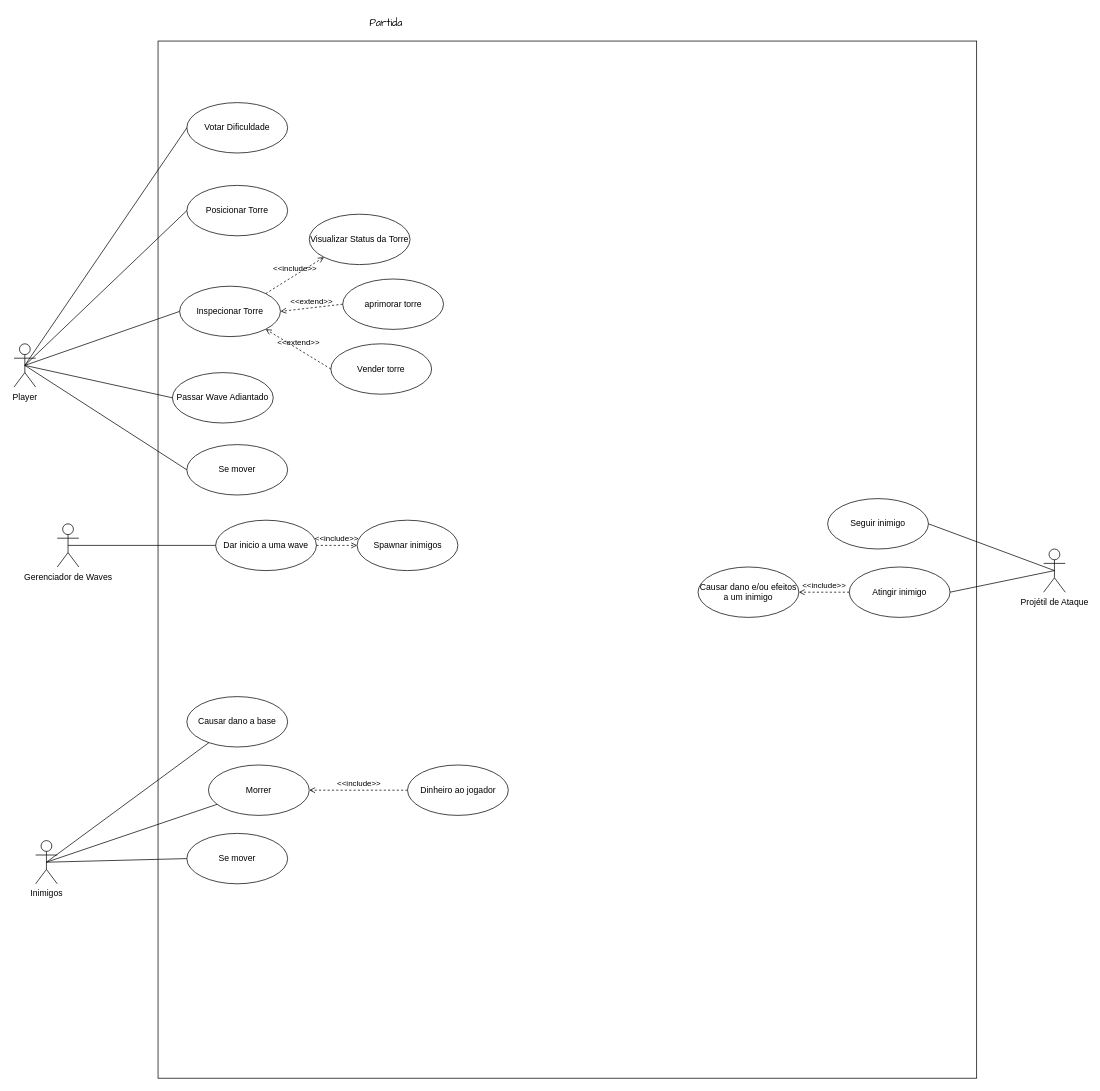
This is In-Game -- Diagrama Casos de Uso.drawio from DEV-0ne-Jao/Projeto-Integrador, a draw.io file, before an edit. Source tidied: cells renumbered, new cells numbered last; positions are measured from the earlier drawing's top-left corner, leaving out a move shared by most shapes. Both pictures are drawn from the tidied source at 72%, with x=0, y=0 at pixel (14, 12).
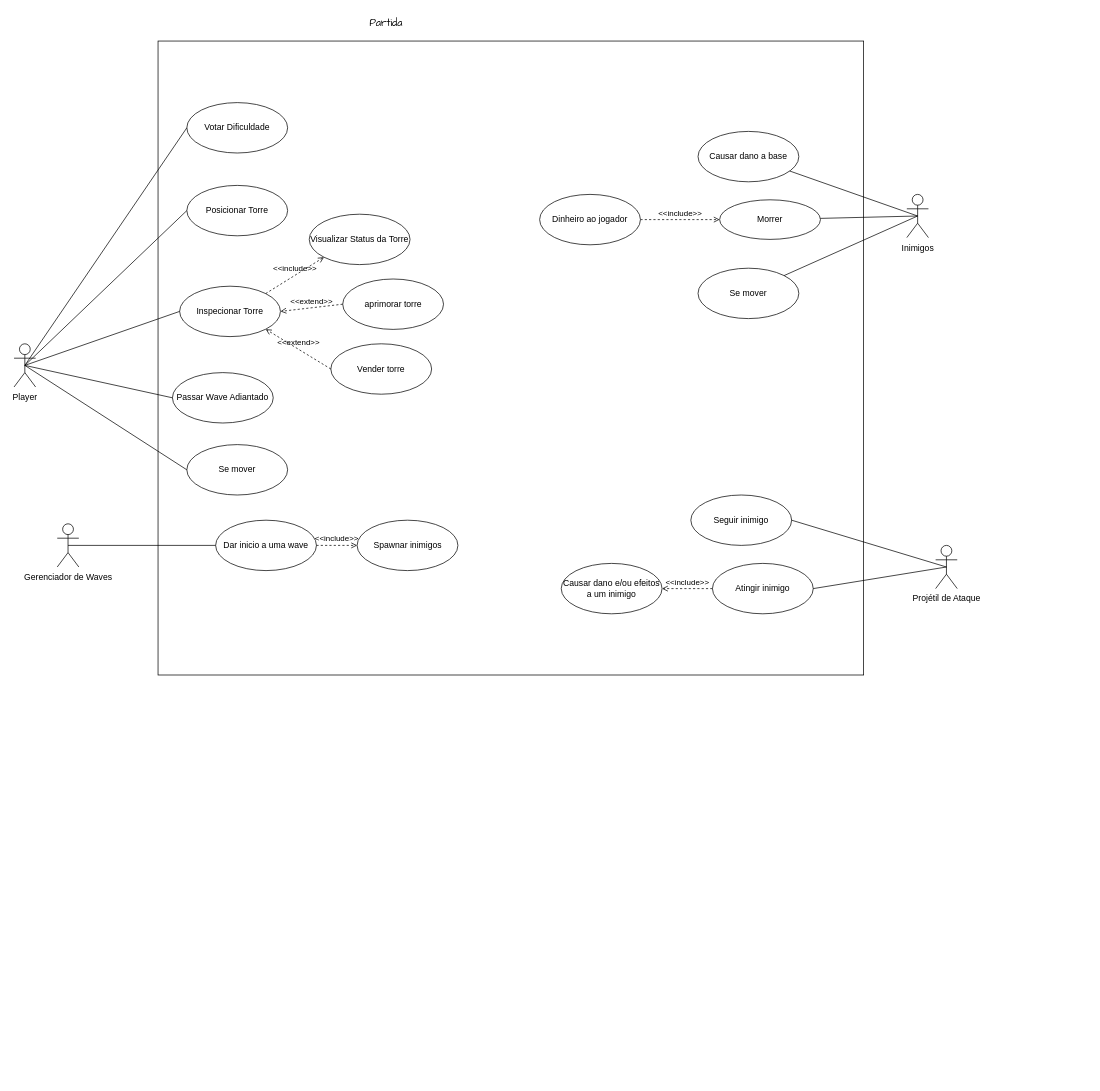
The same diagram, later.

Change to the diagram source:
```diff
@@
     <mxCell id="4" style="rounded=0;whiteSpace=wrap;html=1;fontStyle=1;" parent="1" vertex="1">
-      <mxGeometry x="200" y="39.5" width="1137" height="1440.5" as="geometry" />
+      <mxGeometry x="200" y="39.5" width="980" height="880.5" as="geometry" />
     </mxCell>
@@
     <mxCell id="20" value="Projétil de Ataque" style="shape=umlActor;verticalLabelPosition=bottom;verticalAlign=top;html=1;" parent="1" vertex="1">
-      <mxGeometry x="1430" y="745" width="30" height="60" as="geometry" />
+      <mxGeometry x="1280" y="740" width="30" height="60" as="geometry" />
     </mxCell>
@@
     <mxCell id="23" value="Seguir inimigo" style="ellipse;whiteSpace=wrap;html=1;" parent="1" vertex="1">
-      <mxGeometry x="1130" y="675" width="140" height="70" as="geometry" />
+      <mxGeometry x="940" y="670" width="140" height="70" as="geometry" />
     </mxCell>
     <mxCell id="24" value="Atingir inimigo" style="ellipse;whiteSpace=wrap;html=1;" parent="1" vertex="1">
-      <mxGeometry x="1160" y="770" width="140" height="70" as="geometry" />
+      <mxGeometry x="970" y="765" width="140" height="70" as="geometry" />
     </mxCell>
@@
     <mxCell id="27" value="Causar dano e/ou efeitos a um inimigo" style="ellipse;whiteSpace=wrap;html=1;" parent="1" vertex="1">
-      <mxGeometry x="950" y="770" width="140" height="70" as="geometry" />
+      <mxGeometry x="760" y="765" width="140" height="70" as="geometry" />
     </mxCell>
@@
     <mxCell id="29" value="Inimigos" style="shape=umlActor;verticalLabelPosition=bottom;verticalAlign=top;html=1;outlineConnect=0;" parent="1" vertex="1">
-      <mxGeometry x="30" y="1150" width="30" height="60" as="geometry" />
+      <mxGeometry x="1240" y="252.5" width="30" height="60" as="geometry" />
     </mxCell>
     <mxCell id="30" value="Causar dano a base" style="ellipse;whiteSpace=wrap;html=1;" parent="1" vertex="1">
-      <mxGeometry x="240" y="950" width="140" height="70" as="geometry" />
+      <mxGeometry x="950" y="165" width="140" height="70" as="geometry" />
     </mxCell>
     <mxCell id="31" value="Morrer" style="ellipse;whiteSpace=wrap;html=1;" parent="1" vertex="1">
-      <mxGeometry x="270" y="1045" width="140" height="70" as="geometry" />
+      <mxGeometry x="980" y="260" width="140" height="55" as="geometry" />
     </mxCell>
@@
     <mxCell id="34" value="Se mover" style="ellipse;whiteSpace=wrap;html=1;" parent="1" vertex="1">
-      <mxGeometry x="240" y="1140" width="140" height="70" as="geometry" />
+      <mxGeometry x="950" y="355" width="140" height="70" as="geometry" />
     </mxCell>
-    <mxCell id="35" style="endArrow=none;html=1;rounded=0;exitX=0.5;exitY=0.5;exitDx=0;exitDy=0;exitPerimeter=0;entryX=0;entryY=0.5;entryDx=0;entryDy=0;" parent="1" edge="1" source="29" target="34">
+    <mxCell id="35" style="endArrow=none;html=1;rounded=0;exitX=0.5;exitY=0.5;exitDx=0;exitDy=0;exitPerimeter=0;entryX=1;entryY=0;entryDx=0;entryDy=0;" parent="1" edge="1" source="29" target="34">
       <mxGeometry relative="1" as="geometry" />
     </mxCell>
@@
-    <mxCell id="40" value="&amp;lt;&amp;lt;include&amp;gt;&amp;gt;" style="html=1;verticalAlign=bottom;labelBackgroundColor=none;endArrow=open;endFill=0;dashed=1;rounded=0;entryX=1;entryY=0.5;entryDx=0;entryDy=0;exitX=0;exitY=0.5;exitDx=0;exitDy=0;" parent="1" edge="1" source="41" target="31">
+    <mxCell id="40" value="&amp;lt;&amp;lt;include&amp;gt;&amp;gt;" style="html=1;verticalAlign=bottom;labelBackgroundColor=none;endArrow=open;endFill=0;dashed=1;rounded=0;entryX=0;entryY=0.5;entryDx=0;entryDy=0;exitX=1;exitY=0.5;exitDx=0;exitDy=0;" parent="1" edge="1" source="41" target="31">
       <mxGeometry relative="1" as="geometry" />
     </mxCell>
     <mxCell id="41" value="Dinheiro ao jogador" style="ellipse;whiteSpace=wrap;html=1;" parent="1" vertex="1">
-      <mxGeometry x="546.5" y="1045" width="140" height="70" as="geometry" />
+      <mxGeometry x="730" y="252.5" width="140" height="70" as="geometry" />
     </mxCell>
```
